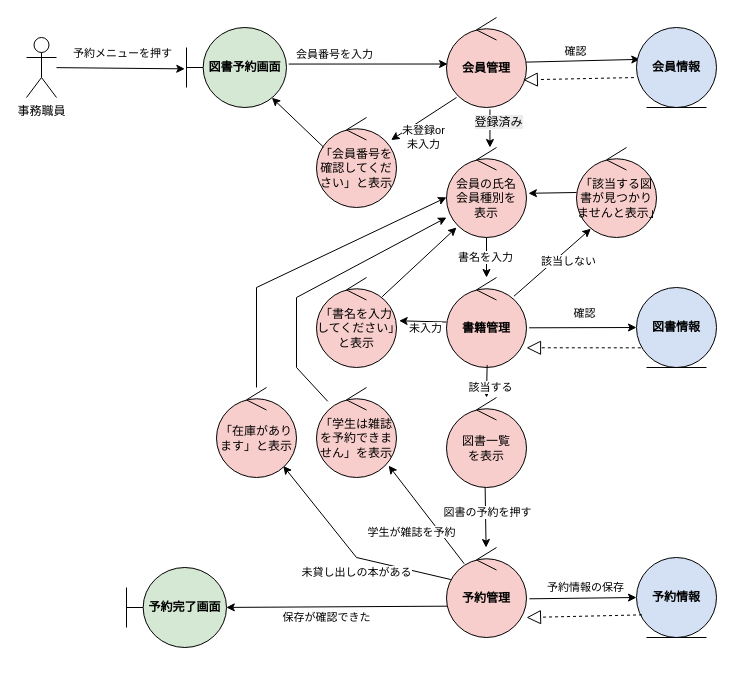
ko246/ohara_uml keeps this draw.io diagram as group/単位認定試験第2回/コード/ロバストネス図/roba_01_Reservation.drawio. Above is the earlier version. Source tidied: cells renumbered, new cells numbered last; positions are measured from the earlier drawing's top-left corner, leaving out a move shared by most shapes. Both pictures are drawn from the tidied source at 100%, with x=0, y=0 at pixel (26, 17).
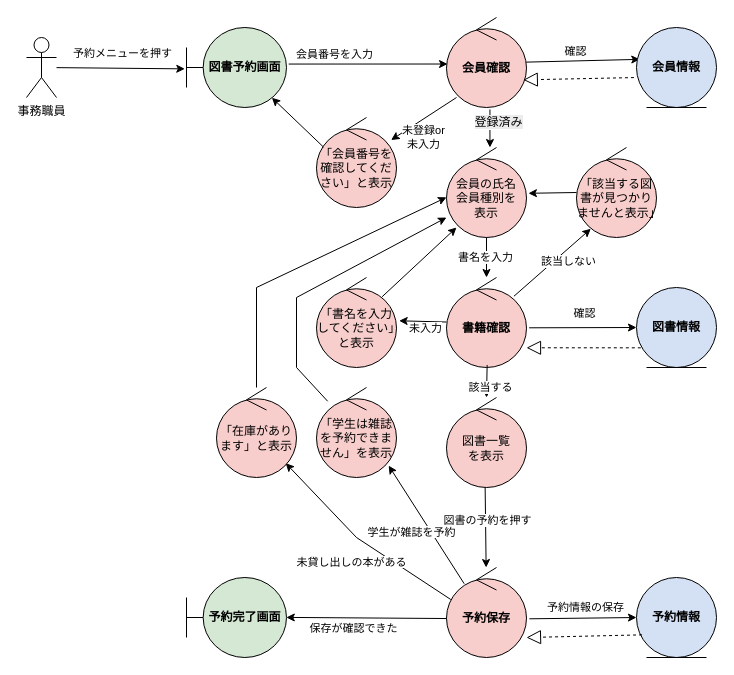
The same page after the edit.

The change refers to these unchanged cells:
```xml
<mxCell id="47" value="「在庫があります」と表示" style="ellipse;shape=umlControl;whiteSpace=wrap;html=1;fillColor=#F8CECC;" parent="1" vertex="1">
  <mxGeometry x="190" y="370" width="80" height="90" as="geometry" />
</mxCell>
```

Diff of the diagram source:
```diff
@@
-    <mxCell id="15" value="&lt;b&gt;会員管理&lt;/b&gt;" style="ellipse;shape=umlControl;whiteSpace=wrap;html=1;fillColor=#F8CECC;" parent="1" vertex="1">
+    <mxCell id="15" value="&lt;b&gt;会員確認&lt;/b&gt;" style="ellipse;shape=umlControl;whiteSpace=wrap;html=1;fillColor=#F8CECC;" parent="1" vertex="1">
       <mxGeometry x="420" width="80" height="90" as="geometry" />
     </mxCell>
@@
     <mxCell id="18" value="&lt;b&gt;予約完了画面&lt;/b&gt;" style="shape=umlBoundary;whiteSpace=wrap;html=1;fillColor=#D5E8D4;" parent="1" vertex="1">
-      <mxGeometry x="100" y="550" width="100" height="80" as="geometry" />
+      <mxGeometry x="160" y="560" width="100" height="80" as="geometry" />
     </mxCell>
     <mxCell id="19" value="&lt;b&gt;予約情報&lt;/b&gt;" style="ellipse;shape=umlEntity;whiteSpace=wrap;html=1;fillColor=#D4E1F5;" parent="1" vertex="1">
-      <mxGeometry x="610" y="540" width="80" height="80" as="geometry" />
+      <mxGeometry x="610" y="560" width="80" height="80" as="geometry" />
     </mxCell>
@@
-    <mxCell id="24" value="&lt;b&gt;書籍管理&lt;/b&gt;" style="ellipse;shape=umlControl;whiteSpace=wrap;html=1;fillColor=#F8CECC;" parent="1" vertex="1">
+    <mxCell id="24" value="&lt;b&gt;書籍確認&lt;/b&gt;" style="ellipse;shape=umlControl;whiteSpace=wrap;html=1;fillColor=#F8CECC;" parent="1" vertex="1">
       <mxGeometry x="420" y="260" width="80" height="90" as="geometry" />
     </mxCell>
     <mxCell id="25" style="edgeStyle=none;rounded=0;jettySize=auto;html=1;exitX=0.054;exitY=0.356;exitDx=0;exitDy=0;exitPerimeter=0;" parent="1" edge="1" source="26" target="47">
       <mxGeometry relative="1" as="geometry">
         <Array as="points">
-          <mxPoint x="330" y="540" />
+          <mxPoint x="330" y="520" />
         </Array>
       </mxGeometry>
     </mxCell>
-    <mxCell id="26" value="&lt;b&gt;予約管理&lt;/b&gt;" style="ellipse;shape=umlControl;whiteSpace=wrap;html=1;fillColor=#F8CECC;" parent="1" vertex="1">
-      <mxGeometry x="420" y="530" width="80" height="90" as="geometry" />
+    <mxCell id="26" value="&lt;b&gt;予約保存&lt;/b&gt;" style="ellipse;shape=umlControl;whiteSpace=wrap;html=1;fillColor=#F8CECC;" parent="1" vertex="1">
+      <mxGeometry x="420" y="550" width="80" height="90" as="geometry" />
     </mxCell>
@@
-    <mxCell id="49" style="edgeStyle=none;rounded=0;jettySize=auto;html=1;entryX=0.998;entryY=0.499;entryDx=0;entryDy=0;entryPerimeter=0;exitX=0.013;exitY=0.652;exitDx=0;exitDy=0;exitPerimeter=0;" parent="1" edge="1" source="26" target="18">
+    <mxCell id="49" style="edgeStyle=none;rounded=0;jettySize=auto;html=1;entryX=0.998;entryY=0.499;entryDx=0;entryDy=0;entryPerimeter=0;exitX=-0.003;exitY=0.567;exitDx=0;exitDy=0;exitPerimeter=0;" parent="1" edge="1" source="26" target="18">
       <mxGeometry relative="1" as="geometry" />
     </mxCell>
@@
     <mxCell id="51" value="&lt;span style=&quot;font-size: 11px; background-color: rgb(255, 255, 255);&quot;&gt;未貸し出しの本がある&lt;/span&gt;" style="text;html=1;align=center;verticalAlign=middle;strokeColor=none;fillColor=none;" parent="1" vertex="1">
-      <mxGeometry x="265" y="540" width="130" height="30" as="geometry" />
+      <mxGeometry x="260" y="530" width="130" height="30" as="geometry" />
     </mxCell>
```
